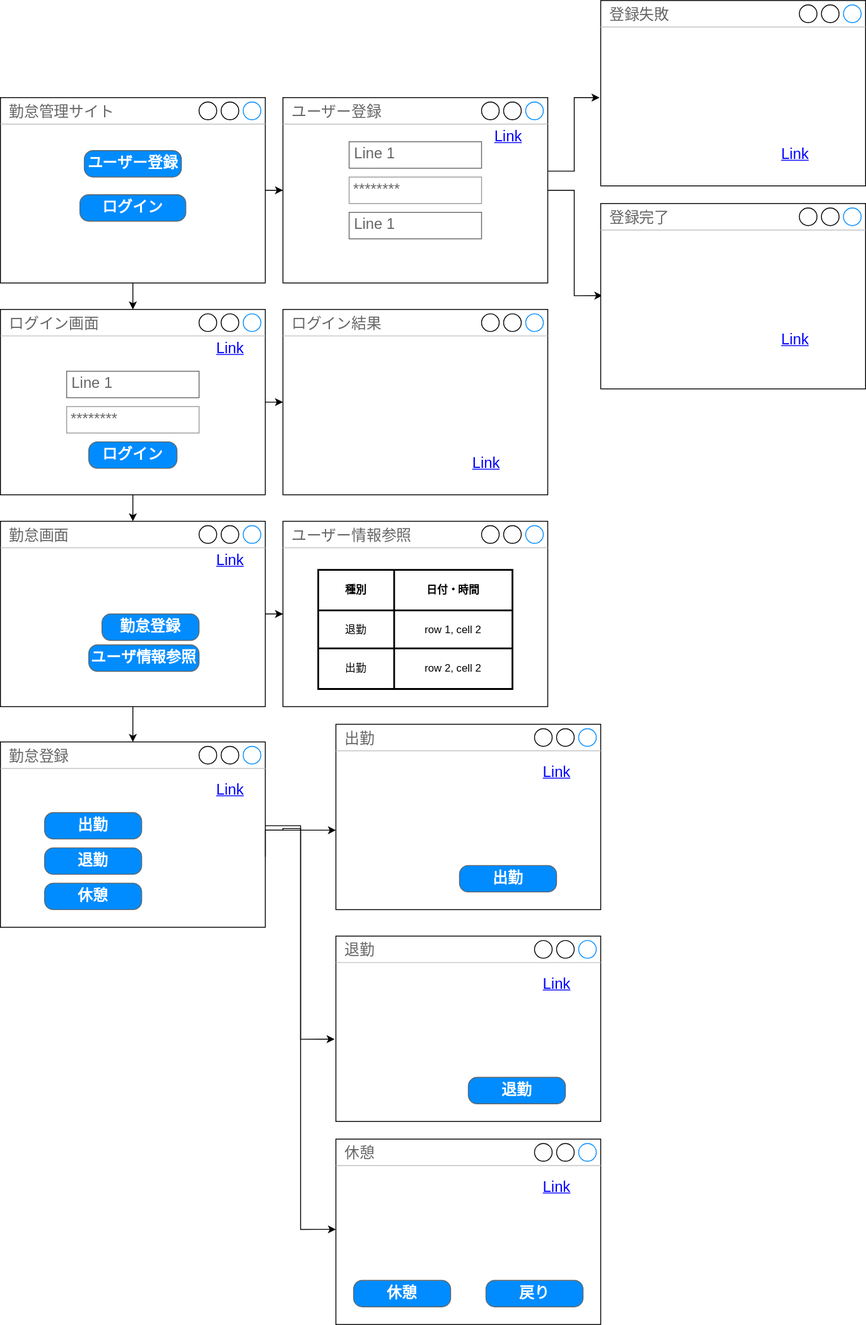
Before: 名称未設定ファイル.drawio.svg, a diagram exported from draw.io (fmy-2029/sampleRepo). Source tidied: cells renumbered, new cells last; positions are measured from the earlier drawing's top-left corner, leaving out a move shared by most shapes.
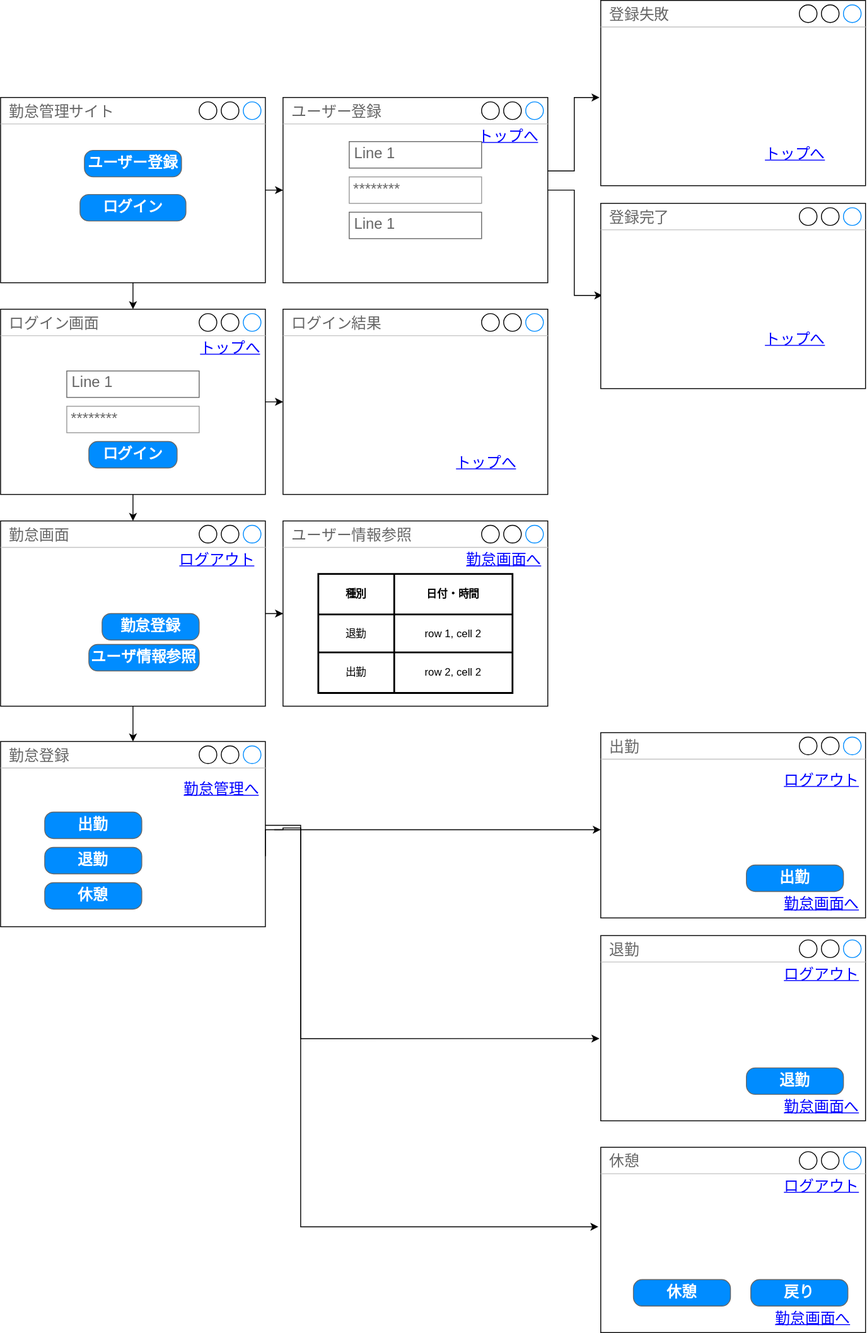
After the commit.

Commit message:
名称未設定ファイル.drawio.svg を更新します

The edit, as a diff of the source:
```diff
@@ -65,13 +65,13 @@
       <mxGeometry x="320" y="590" width="300" height="210" as="geometry" />
     </mxCell>
     <mxCell id="21" value="出勤" style="strokeWidth=1;shadow=0;dashed=0;align=center;html=1;shape=mxgraph.mockup.containers.window;align=left;verticalAlign=top;spacingLeft=8;strokeColor2=#008cff;strokeColor3=#c4c4c4;fontColor=#666666;mainText=;fontSize=17;labelBackgroundColor=none;whiteSpace=wrap;" parent="1" vertex="1">
-      <mxGeometry x="380" y="820" width="300" height="210" as="geometry" />
+      <mxGeometry x="680" y="830" width="300" height="210" as="geometry" />
     </mxCell>
     <mxCell id="22" value="退勤" style="strokeWidth=1;shadow=0;dashed=0;align=center;html=1;shape=mxgraph.mockup.containers.window;align=left;verticalAlign=top;spacingLeft=8;strokeColor2=#008cff;strokeColor3=#c4c4c4;fontColor=#666666;mainText=;fontSize=17;labelBackgroundColor=none;whiteSpace=wrap;" parent="1" vertex="1">
-      <mxGeometry x="380" y="1060" width="300" height="210" as="geometry" />
+      <mxGeometry x="680" y="1060" width="300" height="210" as="geometry" />
     </mxCell>
     <mxCell id="23" value="休憩" style="strokeWidth=1;shadow=0;dashed=0;align=center;html=1;shape=mxgraph.mockup.containers.window;align=left;verticalAlign=top;spacingLeft=8;strokeColor2=#008cff;strokeColor3=#c4c4c4;fontColor=#666666;mainText=;fontSize=17;labelBackgroundColor=none;whiteSpace=wrap;" parent="1" vertex="1">
-      <mxGeometry x="380" y="1290" width="300" height="210" as="geometry" />
+      <mxGeometry x="680" y="1300" width="300" height="210" as="geometry" />
     </mxCell>
     <mxCell id="24" style="edgeStyle=orthogonalEdgeStyle;rounded=0;orthogonalLoop=1;jettySize=auto;html=1;entryX=-0.013;entryY=0.344;entryDx=0;entryDy=0;entryPerimeter=0;" parent="1" edge="1">
       <mxGeometry relative="1" as="geometry">
@@ -93,16 +93,14 @@
         </Array>
       </mxGeometry>
     </mxCell>
-    <mxCell id="26" style="edgeStyle=orthogonalEdgeStyle;rounded=0;orthogonalLoop=1;jettySize=auto;html=1;" parent="1" edge="1">
+    <mxCell id="26" style="edgeStyle=orthogonalEdgeStyle;rounded=0;jettySize=auto;html=1;entryX=-0.009;entryY=0.429;entryDx=0;entryDy=0;entryPerimeter=0;" parent="1" edge="1" target="23">
       <mxGeometry relative="1" as="geometry">
         <mxPoint x="310" y="940" as="sourcePoint" />
-        <mxPoint x="380" y="1392.2" as="targetPoint" />
         <Array as="points">
-          <mxPoint x="300" y="940" />
           <mxPoint x="320" y="940" />
           <mxPoint x="320" y="938" />
           <mxPoint x="340" y="938" />
-          <mxPoint x="340" y="1392" />
+          <mxPoint x="340" y="1390" />
         </Array>
       </mxGeometry>
     </mxCell>
@@ -115,7 +113,7 @@
     <mxCell id="29" value="ログイン" style="strokeWidth=1;shadow=0;dashed=0;align=center;html=1;shape=mxgraph.mockup.buttons.button;strokeColor=#666666;fontColor=#ffffff;mainText=;buttonStyle=round;fontSize=17;fontStyle=1;fillColor=#008cff;whiteSpace=wrap;" parent="1" vertex="1">
       <mxGeometry x="100" y="500" width="100" height="30" as="geometry" />
     </mxCell>
-    <mxCell id="30" value="Link" style="shape=rectangle;strokeColor=none;fillColor=none;linkText=;fontSize=17;fontColor=#0000ff;fontStyle=4;html=1;align=center;" parent="1" vertex="1">
+    <mxCell id="30" value="トップへ" style="shape=rectangle;strokeColor=none;fillColor=none;linkText=;fontSize=17;fontColor=#0000ff;fontStyle=4;html=1;align=center;" parent="1" vertex="1">
       <mxGeometry x="220" y="380" width="80" height="30" as="geometry" />
     </mxCell>
     <mxCell id="31" value="勤怠登録" style="strokeWidth=1;shadow=0;dashed=0;align=center;html=1;shape=mxgraph.mockup.buttons.button;strokeColor=#666666;fontColor=#ffffff;mainText=;buttonStyle=round;fontSize=17;fontStyle=1;fillColor=#008cff;whiteSpace=wrap;" parent="1" vertex="1">
@@ -134,16 +132,16 @@
       <mxGeometry x="50" y="1000" width="110" height="30" as="geometry" />
     </mxCell>
     <mxCell id="36" value="出勤" style="strokeWidth=1;shadow=0;dashed=0;align=center;html=1;shape=mxgraph.mockup.buttons.button;strokeColor=#666666;fontColor=#ffffff;mainText=;buttonStyle=round;fontSize=17;fontStyle=1;fillColor=#008cff;whiteSpace=wrap;" parent="1" vertex="1">
-      <mxGeometry x="520" y="980" width="110" height="30" as="geometry" />
+      <mxGeometry x="845" y="980" width="110" height="30" as="geometry" />
     </mxCell>
     <mxCell id="37" value="退勤" style="strokeWidth=1;shadow=0;dashed=0;align=center;html=1;shape=mxgraph.mockup.buttons.button;strokeColor=#666666;fontColor=#ffffff;mainText=;buttonStyle=round;fontSize=17;fontStyle=1;fillColor=#008cff;whiteSpace=wrap;" parent="1" vertex="1">
-      <mxGeometry x="530" y="1220" width="110" height="30" as="geometry" />
+      <mxGeometry x="845" y="1210" width="110" height="30" as="geometry" />
     </mxCell>
     <mxCell id="38" value="休憩" style="strokeWidth=1;shadow=0;dashed=0;align=center;html=1;shape=mxgraph.mockup.buttons.button;strokeColor=#666666;fontColor=#ffffff;mainText=;buttonStyle=round;fontSize=17;fontStyle=1;fillColor=#008cff;whiteSpace=wrap;" parent="1" vertex="1">
-      <mxGeometry x="400" y="1450" width="110" height="30" as="geometry" />
+      <mxGeometry x="717" y="1450" width="110" height="30" as="geometry" />
     </mxCell>
     <mxCell id="39" style="shape=table;html=1;whiteSpace=wrap;startSize=0;strokeWidth=2;" parent="1" vertex="1">
-      <mxGeometry x="360" y="645" width="220" height="135" as="geometry" />
+      <mxGeometry x="360" y="650" width="220" height="135" as="geometry" />
     </mxCell>
     <mxCell id="40" style="shape=tableRow;horizontal=0;startSize=0;swimlaneHead=0;swimlaneBody=0;top=0;left=0;bottom=0;right=0;fillColor=none;" parent="39" vertex="1">
       <mxGeometry width="220" height="46" as="geometry" />
@@ -172,35 +170,35 @@
     <mxCell id="48" value="row 2, cell 2" style="shape=partialRectangle;html=1;whiteSpace=wrap;fillColor=none;top=0;left=0;bottom=0;right=0;overflow=hidden;" parent="46" vertex="1">
       <mxGeometry x="86" width="134" height="46" as="geometry" />
     </mxCell>
-    <mxCell id="49" value="Link" style="shape=rectangle;strokeColor=none;fillColor=none;linkText=;fontSize=17;fontColor=#0000ff;fontStyle=4;html=1;align=center;" parent="1" vertex="1">
+    <mxCell id="49" value="トップへ" style="shape=rectangle;strokeColor=none;fillColor=none;linkText=;fontSize=17;fontColor=#0000ff;fontStyle=4;html=1;align=center;" parent="1" vertex="1">
       <mxGeometry x="510" y="510" width="80" height="30" as="geometry" />
     </mxCell>
-    <mxCell id="50" value="Link" style="shape=rectangle;strokeColor=none;fillColor=none;linkText=;fontSize=17;fontColor=#0000ff;fontStyle=4;html=1;align=center;" parent="1" vertex="1">
-      <mxGeometry x="220" y="620" width="80" height="30" as="geometry" />
+    <mxCell id="50" value="ログアウト" style="shape=rectangle;strokeColor=none;fillColor=none;linkText=;fontSize=17;fontColor=#0000ff;fontStyle=4;html=1;align=center;" parent="1" vertex="1">
+      <mxGeometry x="205" y="620" width="80" height="30" as="geometry" />
     </mxCell>
-    <mxCell id="51" value="Link" style="shape=rectangle;strokeColor=none;fillColor=none;linkText=;fontSize=17;fontColor=#0000ff;fontStyle=4;html=1;align=center;" parent="1" vertex="1">
+    <mxCell id="51" value="トップへ" style="shape=rectangle;strokeColor=none;fillColor=none;linkText=;fontSize=17;fontColor=#0000ff;fontStyle=4;html=1;align=center;" parent="1" vertex="1">
       <mxGeometry x="860" y="370" width="80" height="30" as="geometry" />
     </mxCell>
-    <mxCell id="52" value="Link" style="shape=rectangle;strokeColor=none;fillColor=none;linkText=;fontSize=17;fontColor=#0000ff;fontStyle=4;html=1;align=center;" parent="1" vertex="1">
+    <mxCell id="52" value="トップへ" style="shape=rectangle;strokeColor=none;fillColor=none;linkText=;fontSize=17;fontColor=#0000ff;fontStyle=4;html=1;align=center;" parent="1" vertex="1">
       <mxGeometry x="535" y="140" width="80" height="30" as="geometry" />
     </mxCell>
-    <mxCell id="53" value="Link" style="shape=rectangle;strokeColor=none;fillColor=none;linkText=;fontSize=17;fontColor=#0000ff;fontStyle=4;html=1;align=center;" parent="1" vertex="1">
-      <mxGeometry x="220" y="880" width="80" height="30" as="geometry" />
+    <mxCell id="53" value="勤怠管理へ" style="shape=rectangle;strokeColor=none;fillColor=none;linkText=;fontSize=17;fontColor=#0000ff;fontStyle=4;html=1;align=center;" parent="1" vertex="1">
+      <mxGeometry x="210" y="880" width="80" height="30" as="geometry" />
     </mxCell>
-    <mxCell id="54" value="Link" style="shape=rectangle;strokeColor=none;fillColor=none;linkText=;fontSize=17;fontColor=#0000ff;fontStyle=4;html=1;align=center;" parent="1" vertex="1">
-      <mxGeometry x="590" y="860" width="80" height="30" as="geometry" />
+    <mxCell id="54" value="ログアウト" style="shape=rectangle;strokeColor=none;fillColor=none;linkText=;fontSize=17;fontColor=#0000ff;fontStyle=4;html=1;align=center;" parent="1" vertex="1">
+      <mxGeometry x="890" y="870" width="80" height="30" as="geometry" />
     </mxCell>
-    <mxCell id="55" value="Link" style="shape=rectangle;strokeColor=none;fillColor=none;linkText=;fontSize=17;fontColor=#0000ff;fontStyle=4;html=1;align=center;" parent="1" vertex="1">
-      <mxGeometry x="590" y="1100" width="80" height="30" as="geometry" />
+    <mxCell id="55" value="ログアウト" style="shape=rectangle;strokeColor=none;fillColor=none;linkText=;fontSize=17;fontColor=#0000ff;fontStyle=4;html=1;align=center;" parent="1" vertex="1">
+      <mxGeometry x="890" y="1090" width="80" height="30" as="geometry" />
     </mxCell>
-    <mxCell id="56" value="Link" style="shape=rectangle;strokeColor=none;fillColor=none;linkText=;fontSize=17;fontColor=#0000ff;fontStyle=4;html=1;align=center;" parent="1" vertex="1">
-      <mxGeometry x="590" y="1330" width="80" height="30" as="geometry" />
+    <mxCell id="56" value="ログアウト" style="shape=rectangle;strokeColor=none;fillColor=none;linkText=;fontSize=17;fontColor=#0000ff;fontStyle=4;html=1;align=center;" parent="1" vertex="1">
+      <mxGeometry x="890" y="1330" width="80" height="30" as="geometry" />
     </mxCell>
-    <mxCell id="57" value="Link" style="shape=rectangle;strokeColor=none;fillColor=none;linkText=;fontSize=17;fontColor=#0000ff;fontStyle=4;html=1;align=center;" parent="1" vertex="1">
+    <mxCell id="57" value="トップへ" style="shape=rectangle;strokeColor=none;fillColor=none;linkText=;fontSize=17;fontColor=#0000ff;fontStyle=4;html=1;align=center;" parent="1" vertex="1">
       <mxGeometry x="860" y="160" width="80" height="30" as="geometry" />
     </mxCell>
     <mxCell id="58" value="戻り" style="strokeWidth=1;shadow=0;dashed=0;align=center;html=1;shape=mxgraph.mockup.buttons.button;strokeColor=#666666;fontColor=#ffffff;mainText=;buttonStyle=round;fontSize=17;fontStyle=1;fillColor=#008cff;whiteSpace=wrap;" parent="1" vertex="1">
-      <mxGeometry x="550" y="1450" width="110" height="30" as="geometry" />
+      <mxGeometry x="850" y="1450" width="110" height="30" as="geometry" />
     </mxCell>
     <mxCell id="59" value="Line 1" style="strokeWidth=1;shadow=0;dashed=0;align=center;html=1;shape=mxgraph.mockup.text.textBox;fontColor=#666666;align=left;fontSize=17;spacingLeft=4;spacingTop=-3;whiteSpace=wrap;strokeColor=#666666;mainText=;" parent="1" vertex="1">
       <mxGeometry x="395" y="160" width="150" height="30" as="geometry" />
@@ -211,5 +209,20 @@
     <mxCell id="61" value="********" style="strokeWidth=1;shadow=0;dashed=0;align=center;html=1;shape=mxgraph.mockup.forms.pwField;strokeColor=#999999;mainText=;align=left;fontColor=#666666;fontSize=17;spacingLeft=3;" parent="1" vertex="1">
       <mxGeometry x="395" y="200" width="150" height="30" as="geometry" />
     </mxCell>
+    <mxCell id="62" style="edgeStyle=orthogonalEdgeStyle;rounded=0;orthogonalLoop=1;jettySize=auto;html=1;exitX=0.5;exitY=1;exitDx=0;exitDy=0;" parent="1" edge="1" source="55" target="55">
+      <mxGeometry relative="1" as="geometry" />
+    </mxCell>
+    <mxCell id="63" value="勤怠画面へ" style="shape=rectangle;strokeColor=none;fillColor=none;linkText=;fontSize=17;fontColor=#0000ff;fontStyle=4;html=1;align=center;" parent="1" vertex="1">
+      <mxGeometry x="880" y="1480" width="80" height="30" as="geometry" />
+    </mxCell>
+    <mxCell id="64" value="勤怠画面へ" style="shape=rectangle;strokeColor=none;fillColor=none;linkText=;fontSize=17;fontColor=#0000ff;fontStyle=4;html=1;align=center;" parent="1" vertex="1">
+      <mxGeometry x="890" y="1240" width="80" height="30" as="geometry" />
+    </mxCell>
+    <mxCell id="65" value="勤怠画面へ" style="shape=rectangle;strokeColor=none;fillColor=none;linkText=;fontSize=17;fontColor=#0000ff;fontStyle=4;html=1;align=center;" parent="1" vertex="1">
+      <mxGeometry x="890" y="1010" width="80" height="30" as="geometry" />
+    </mxCell>
+    <mxCell id="66" value="勤怠画面へ" style="shape=rectangle;strokeColor=none;fillColor=none;linkText=;fontSize=17;fontColor=#0000ff;fontStyle=4;html=1;align=center;" parent="1" vertex="1">
+      <mxGeometry x="530" y="620" width="80" height="30" as="geometry" />
+    </mxCell>
   </root>
 </mxGraphModel>
```
